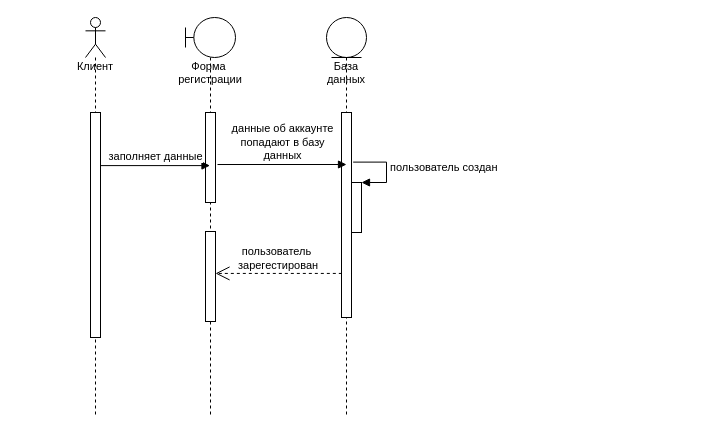
Earlier version of the draw.io diagram page "Диаграмма последовательности" (3 of 5) of Сис. инж. UseCase.drawio (Rattokun/ModelRep). Source tidied: cells renumbered, new cells numbered last; positions are measured from the earlier drawing's top-left corner, leaving out a move shared by most shapes. Both pictures are drawn from the tidied source at 100%, with x=0, y=0 at pixel (85, 17).
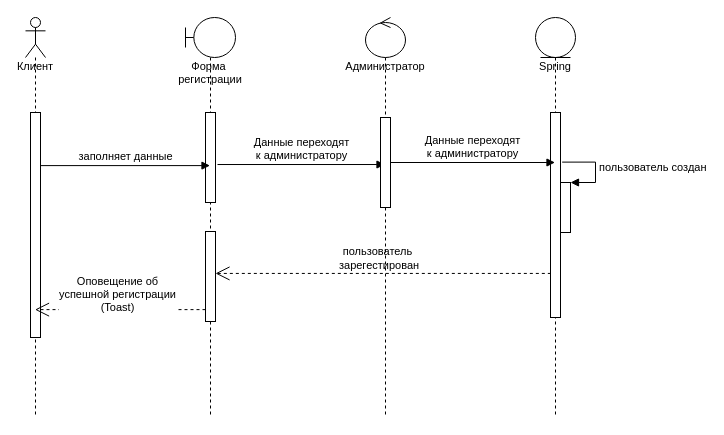
After the change.

Unchanged cells that the change refers to:
```xml
<mxCell id="5" style="html=1;points=[];perimeter=orthogonalPerimeter;fontFamily=Helvetica;fontSize=11;fontColor=default;" parent="4" vertex="1">
  <mxGeometry x="20" y="95" width="10" height="90" as="geometry" />
</mxCell>
<mxCell id="6" style="html=1;points=[];perimeter=orthogonalPerimeter;fontFamily=Helvetica;fontSize=11;fontColor=default;" parent="4" vertex="1">
  <mxGeometry x="20" y="214" width="10" height="90" as="geometry" />
</mxCell>
```

Change to the diagram source:
```diff
@@
     <mxCell id="2" value="Клиент" style="shape=umlLifeline;participant=umlActor;perimeter=lifelinePerimeter;whiteSpace=wrap;html=1;verticalAlign=top;spacingTop=36;outlineConnect=0;fontFamily=Helvetica;fontSize=11;fontColor=default;" parent="1" vertex="1">
-      <mxGeometry width="20" height="400" as="geometry" />
+      <mxGeometry x="-60" width="20" height="400" as="geometry" />
     </mxCell>
@@
-    <mxCell id="7" value="База данных" style="shape=umlLifeline;participant=umlEntity;perimeter=lifelinePerimeter;whiteSpace=wrap;html=1;verticalAlign=top;spacingTop=36;outlineConnect=0;fontFamily=Helvetica;fontSize=11;fontColor=default;" parent="1" vertex="1">
-      <mxGeometry x="241" width="40" height="400" as="geometry" />
+    <mxCell id="7" value="Spring&lt;br&gt;" style="shape=umlLifeline;participant=umlEntity;perimeter=lifelinePerimeter;whiteSpace=wrap;html=1;verticalAlign=top;spacingTop=36;outlineConnect=0;fontFamily=Helvetica;fontSize=11;fontColor=default;" parent="1" vertex="1">
+      <mxGeometry x="450" width="40" height="400" as="geometry" />
     </mxCell>
@@
-    <mxCell id="12" value="данные об аккаунте&lt;br&gt;попадают в базу&lt;br&gt;данных" style="html=1;verticalAlign=bottom;endArrow=block;rounded=0;labelBackgroundColor=default;strokeColor=default;fontFamily=Helvetica;fontSize=11;fontColor=default;shape=connector;exitX=1.2;exitY=0.578;exitDx=0;exitDy=0;exitPerimeter=0;" parent="1" edge="1" source="5">
-      <mxGeometry relative="1" as="geometry">
-        <mxPoint x="261" y="147" as="targetPoint" />
-      </mxGeometry>
+    <mxCell id="12" value="Данные переходят &lt;br&gt;к администратору" style="html=1;verticalAlign=bottom;endArrow=block;rounded=0;labelBackgroundColor=default;strokeColor=default;fontFamily=Helvetica;fontSize=11;fontColor=default;shape=connector;exitX=1.2;exitY=0.578;exitDx=0;exitDy=0;exitPerimeter=0;" parent="1" edge="1" source="5" target="14">
+      <mxGeometry relative="1" as="geometry" />
     </mxCell>
@@
+    <mxCell id="14" value="Администратор" style="shape=umlLifeline;participant=umlControl;perimeter=lifelinePerimeter;whiteSpace=wrap;html=1;verticalAlign=top;spacingTop=36;outlineConnect=0;fontFamily=Helvetica;fontSize=11;fontColor=default;size=40;" parent="1" vertex="1">
+      <mxGeometry x="280" width="40" height="400" as="geometry" />
+    </mxCell>
+    <mxCell id="15" style="html=1;points=[];perimeter=orthogonalPerimeter;fontFamily=Helvetica;fontSize=11;fontColor=default;" parent="14" vertex="1">
+      <mxGeometry x="15" y="100" width="10" height="90" as="geometry" />
+    </mxCell>
+    <mxCell id="16" value="Заказ доставлен" style="edgeStyle=orthogonalEdgeStyle;html=1;align=left;spacingLeft=2;endArrow=block;rounded=0;entryX=1;entryY=0;labelBackgroundColor=default;strokeColor=default;fontFamily=Helvetica;fontSize=11;fontColor=default;shape=connector;" parent="14" edge="1">
+      <mxGeometry x="0.28" relative="1" as="geometry">
+        <mxPoint x="35" y="195" as="sourcePoint" />
+        <Array as="points">
+          <mxPoint x="65" y="195" />
+        </Array>
+      </mxGeometry>
+    </mxCell>
+    <mxCell id="17" value="Данные переходят &lt;br&gt;к администратору" style="html=1;verticalAlign=bottom;endArrow=block;rounded=0;labelBackgroundColor=default;strokeColor=default;fontFamily=Helvetica;fontSize=11;fontColor=default;shape=connector;" parent="1" edge="1" source="15" target="7">
+      <mxGeometry relative="1" as="geometry" />
+    </mxCell>
+    <mxCell id="18" value="Оповещение об &lt;br&gt;успешной регистрации &lt;br&gt;(Toast)" style="endArrow=open;endSize=12;dashed=1;html=1;rounded=0;labelBackgroundColor=default;strokeColor=default;fontFamily=Helvetica;fontSize=11;fontColor=default;shape=connector;exitX=0.001;exitY=0.868;exitDx=0;exitDy=0;exitPerimeter=0;" parent="1" edge="1" source="6" target="2">
+      <mxGeometry x="0.03" y="-15" relative="1" as="geometry" />
+    </mxCell>
```
